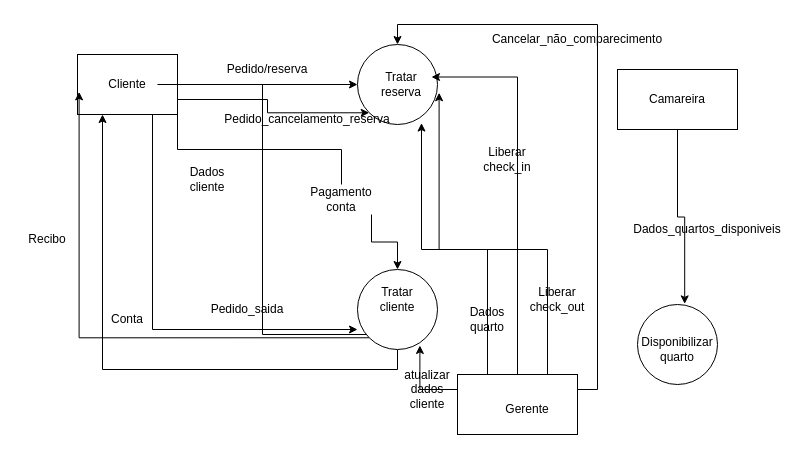
This is Diagrama sem nome.drawio from robertcastr/crudc, a draw.io file, before an edit. Source tidied: cells renumbered, new cells numbered last; positions are measured from the earlier drawing's top-left corner, leaving out a move shared by most shapes. Both pictures are drawn from the tidied source at 100%, with x=0, y=0 at pixel (17, 24).
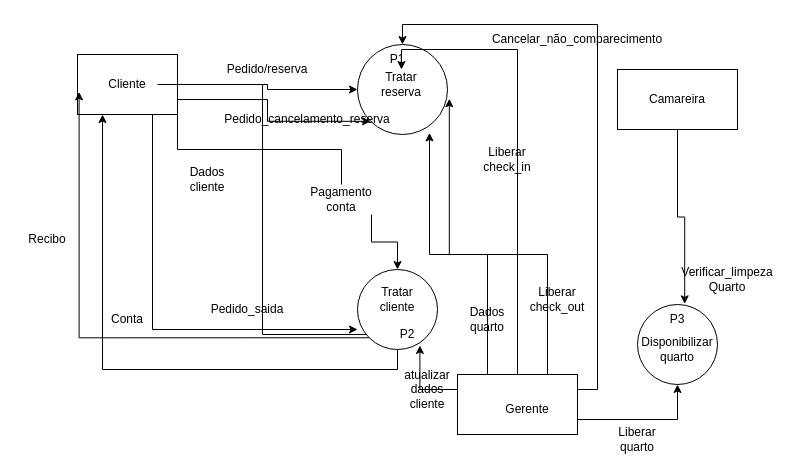
After the change.

The change refers to these unchanged cells:
```xml
<mxCell id="13" style="ellipse;whiteSpace=wrap;html=1;" parent="1" vertex="1">
  <mxGeometry x="620" y="280" width="80" height="80" as="geometry" />
</mxCell>
<mxCell id="19" style="rounded=0;whiteSpace=wrap;html=1;" parent="1" vertex="1">
  <mxGeometry x="440" y="350" width="120" height="60" as="geometry" />
</mxCell>
<mxCell id="26" value="Tratar reserva" style="text;html=1;strokeColor=none;fillColor=none;align=center;verticalAlign=middle;whiteSpace=wrap;rounded=0;" parent="1" vertex="1">
  <mxGeometry x="354" y="45" width="60" height="30" as="geometry" />
</mxCell>
```

The edit, as a diff of the source:
```diff
@@
     <mxCell id="9" style="ellipse;whiteSpace=wrap;html=1;" parent="1" vertex="1">
-      <mxGeometry x="340" y="20" width="80" height="80" as="geometry" />
+      <mxGeometry x="340" y="20" width="90" height="90" as="geometry" />
     </mxCell>
@@
-    <mxCell id="14" style="edgeStyle=orthogonalEdgeStyle;rounded=0;jettySize=auto;html=1;exitX=0.5;exitY=0;exitDx=0;exitDy=0;entryX=1;entryY=0.25;entryDx=0;entryDy=0;" parent="1" edge="1" source="19" target="26">
+    <mxCell id="14" style="edgeStyle=orthogonalEdgeStyle;rounded=0;jettySize=auto;html=1;exitX=0.5;exitY=0;exitDx=0;exitDy=0;entryX=0.5;entryY=0;entryDx=0;entryDy=0;" parent="1" edge="1" source="19" target="26">
       <mxGeometry relative="1" as="geometry" />
     </mxCell>
@@
+    <mxCell id="41" style="edgeStyle=orthogonalEdgeStyle;rounded=0;jettySize=auto;html=1;exitX=1;exitY=0.75;exitDx=0;exitDy=0;entryX=0.5;entryY=1;entryDx=0;entryDy=0;" parent="1" edge="1" source="19" target="13">
+      <mxGeometry relative="1" as="geometry" />
+    </mxCell>
@@
-    <mxCell id="33" value="Dados_quartos_disponiveis" style="text;html=1;strokeColor=none;fillColor=none;align=center;verticalAlign=middle;whiteSpace=wrap;rounded=0;" parent="1" vertex="1">
-      <mxGeometry x="660" y="190" width="60" height="30" as="geometry" />
-    </mxCell>
@@
+    <mxCell id="42" value="Liberar quarto" style="text;html=1;strokeColor=none;fillColor=none;align=center;verticalAlign=middle;whiteSpace=wrap;rounded=0;" parent="1" vertex="1">
+      <mxGeometry x="590" y="400" width="60" height="30" as="geometry" />
+    </mxCell>
+    <mxCell id="43" value="Verificar_limpeza Quarto" style="text;html=1;strokeColor=none;fillColor=none;align=center;verticalAlign=middle;whiteSpace=wrap;rounded=0;" parent="1" vertex="1">
+      <mxGeometry x="680" y="240" width="60" height="30" as="geometry" />
+    </mxCell>
+    <mxCell id="44" value="P1" style="text;html=1;strokeColor=none;fillColor=none;align=center;verticalAlign=middle;whiteSpace=wrap;rounded=0;" parent="1" vertex="1">
+      <mxGeometry x="350" y="20" width="60" height="30" as="geometry" />
+    </mxCell>
+    <mxCell id="45" value="P2" style="text;html=1;strokeColor=none;fillColor=none;align=center;verticalAlign=middle;whiteSpace=wrap;rounded=0;" parent="1" vertex="1">
+      <mxGeometry x="360" y="295" width="60" height="30" as="geometry" />
+    </mxCell>
+    <mxCell id="46" value="P3" style="text;html=1;strokeColor=none;fillColor=none;align=center;verticalAlign=middle;whiteSpace=wrap;rounded=0;" parent="1" vertex="1">
+      <mxGeometry x="630" y="280" width="60" height="30" as="geometry" />
+    </mxCell>
```
